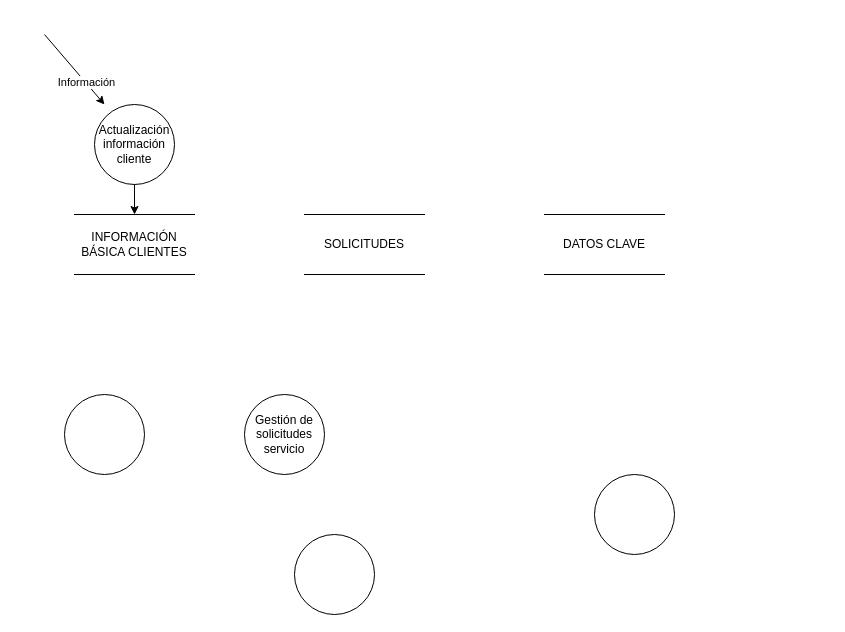
The draw.io diagram IngenieríaDeSoftware/Práctica 2 Actividad 2/DFD Nivel 1.drawio in aloantony/TrabajosEnGrupoGII-DalilaTony, before the edit. Source tidied: cells renumbered, new cells numbered last; positions are measured from the earlier drawing's top-left corner, leaving out a move shared by most shapes. Both pictures are drawn from the tidied source at 100%, with x=0, y=0 at pixel (44, 34).
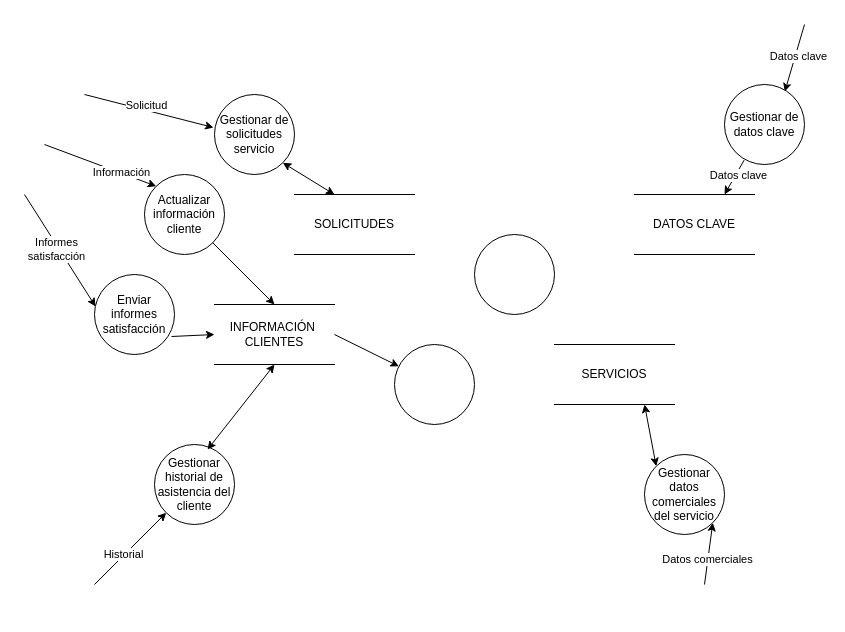
The same diagram, later.

Diff of the diagram source:
```diff
@@
-    <mxCell id="2" value="Gestión de solicitudes servicio" style="ellipse;whiteSpace=wrap;html=1;" parent="1" vertex="1">
-      <mxGeometry x="200" y="360" width="80" height="80" as="geometry" />
-    </mxCell>
-    <mxCell id="3" value="Actualización información cliente" style="ellipse;whiteSpace=wrap;html=1;" parent="1" vertex="1">
-      <mxGeometry x="50" y="70" width="80" height="80" as="geometry" />
+    <mxCell id="3" value="Actualizar información cliente" style="ellipse;whiteSpace=wrap;html=1;" parent="1" vertex="1">
+      <mxGeometry x="100" y="140" width="80" height="80" as="geometry" />
     </mxCell>
-    <mxCell id="4" style="ellipse;whiteSpace=wrap;html=1;" parent="1" vertex="1">
-      <mxGeometry x="550" y="440" width="80" height="80" as="geometry" />
+    <mxCell id="4" value="&lt;div&gt;Gestionar datos comerciales del servicio&lt;br&gt;&lt;/div&gt;" style="ellipse;whiteSpace=wrap;html=1;" parent="1" vertex="1">
+      <mxGeometry x="600" y="420" width="80" height="80" as="geometry" />
     </mxCell>
-    <mxCell id="5" style="ellipse;whiteSpace=wrap;html=1;" parent="1" vertex="1">
-      <mxGeometry x="250" y="500" width="80" height="80" as="geometry" />
+    <mxCell id="5" value="Gestionar de solicitudes servicio" style="ellipse;whiteSpace=wrap;html=1;" parent="1" vertex="1">
+      <mxGeometry x="170" y="60" width="80" height="80" as="geometry" />
     </mxCell>
-    <mxCell id="6" style="ellipse;whiteSpace=wrap;html=1;" parent="1" vertex="1">
-      <mxGeometry x="20" y="360" width="80" height="80" as="geometry" />
+    <mxCell id="6" value="&lt;div&gt;Enviar informes&lt;/div&gt;&lt;div&gt;satisfacción&lt;br&gt;&lt;/div&gt;" style="ellipse;whiteSpace=wrap;html=1;" parent="1" vertex="1">
+      <mxGeometry x="50" y="240" width="80" height="80" as="geometry" />
     </mxCell>
     <mxCell id="7" value="DATOS CLAVE" style="shape=partialRectangle;whiteSpace=wrap;html=1;left=0;right=0;fillColor=none;" parent="1" vertex="1">
-      <mxGeometry x="500" y="180" width="120" height="60" as="geometry" />
+      <mxGeometry x="590" y="160" width="120" height="60" as="geometry" />
     </mxCell>
-    <mxCell id="8" value="INFORMACIÓN BÁSICA CLIENTES" style="shape=partialRectangle;whiteSpace=wrap;html=1;left=0;right=0;fillColor=none;" parent="1" vertex="1">
-      <mxGeometry x="30" y="180" width="120" height="60" as="geometry" />
+    <mxCell id="8" value="INFORMACIÓN&amp;nbsp; CLIENTES" style="shape=partialRectangle;whiteSpace=wrap;html=1;left=0;right=0;fillColor=none;" parent="1" vertex="1">
+      <mxGeometry x="170" y="270" width="120" height="60" as="geometry" />
     </mxCell>
     <mxCell id="9" value="SOLICITUDES" style="shape=partialRectangle;whiteSpace=wrap;html=1;left=0;right=0;fillColor=none;" parent="1" vertex="1">
-      <mxGeometry x="260" y="180" width="120" height="60" as="geometry" />
+      <mxGeometry x="250" y="160" width="120" height="60" as="geometry" />
     </mxCell>
-    <mxCell id="10" style="endArrow=classic;html=1;rounded=0;entryX=0.25;entryY=0;entryDx=0;entryDy=0;" parent="1" edge="1">
+    <mxCell id="10" style="endArrow=classic;html=1;rounded=0;entryX=0;entryY=0;entryDx=0;entryDy=0;" parent="1" edge="1" target="3">
       <mxGeometry relative="1" as="geometry">
-        <mxPoint as="sourcePoint" />
-        <mxPoint x="60" y="70" as="targetPoint" />
+        <mxPoint y="110" as="sourcePoint" />
       </mxGeometry>
     </mxCell>
@@
-    <mxCell id="12" style="endArrow=classic;html=1;rounded=0;exitX=0.5;exitY=1;exitDx=0;exitDy=0;entryX=0.5;entryY=0;entryDx=0;entryDy=0;" parent="1" edge="1" source="3" target="8">
+    <mxCell id="12" style="endArrow=classic;html=1;rounded=0;exitX=1;exitY=1;exitDx=0;exitDy=0;entryX=0.5;entryY=0;entryDx=0;entryDy=0;" parent="1" edge="1" source="3" target="8">
       <mxGeometry relative="1" as="geometry" />
     </mxCell>
+    <mxCell id="13" style="endArrow=classic;html=1;rounded=0;entryX=-0.012;entryY=0.413;entryDx=0;entryDy=0;entryPerimeter=0;" parent="1" edge="1" target="5">
+      <mxGeometry relative="1" as="geometry">
+        <mxPoint x="40" y="60" as="sourcePoint" />
+      </mxGeometry>
+    </mxCell>
+    <mxCell id="14" value="Solicitud" style="edgeLabel;html=1;align=center;verticalAlign=middle;" parent="13" vertex="1">
+      <mxGeometry x="0.36" y="1" relative="1" as="geometry">
+        <mxPoint x="-27" y="-11" as="offset" />
+      </mxGeometry>
+    </mxCell>
+    <mxCell id="15" value="SERVICIOS" style="shape=partialRectangle;whiteSpace=wrap;html=1;left=0;right=0;fillColor=none;" parent="1" vertex="1">
+      <mxGeometry x="510" y="310" width="120" height="60" as="geometry" />
+    </mxCell>
+    <mxCell id="16" style="endArrow=classic;startArrow=classic;html=1;rounded=0;exitX=0.333;exitY=0;exitDx=0;exitDy=0;exitPerimeter=0;entryX=1;entryY=1;entryDx=0;entryDy=0;" parent="1" edge="1" source="9" target="5">
+      <mxGeometry relative="1" as="geometry" />
+    </mxCell>
+    <mxCell id="17" style="endArrow=classic;html=1;rounded=0;exitX=0.963;exitY=0.775;exitDx=0;exitDy=0;entryX=0;entryY=0.5;entryDx=0;entryDy=0;exitPerimeter=0;" parent="1" edge="1" source="6" target="8">
+      <mxGeometry relative="1" as="geometry" />
+    </mxCell>
+    <mxCell id="18" style="endArrow=classic;html=1;rounded=0;entryX=0.013;entryY=0.4;entryDx=0;entryDy=0;entryPerimeter=0;" parent="1" edge="1" target="6">
+      <mxGeometry relative="1" as="geometry">
+        <mxPoint x="-20" y="160" as="sourcePoint" />
+      </mxGeometry>
+    </mxCell>
+    <mxCell id="19" value="&lt;div&gt;Informes&lt;/div&gt;&lt;div&gt;satisfacción&lt;br&gt;&lt;/div&gt;" style="edgeLabel;html=1;align=center;verticalAlign=middle;" parent="18" vertex="1">
+      <mxGeometry x="-0.05" y="-3" relative="1" as="geometry" />
+    </mxCell>
+    <mxCell id="20" style="endArrow=classic;html=1;rounded=0;entryX=0.754;entryY=0.088;entryDx=0;entryDy=0;entryPerimeter=0;" parent="1" edge="1" target="22">
+      <mxGeometry relative="1" as="geometry">
+        <mxPoint x="760" y="-10" as="sourcePoint" />
+      </mxGeometry>
+    </mxCell>
+    <mxCell id="21" value="Datos clave" style="edgeLabel;html=1;align=center;verticalAlign=middle;" parent="20" vertex="1">
+      <mxGeometry x="-0.02" y="-2" relative="1" as="geometry">
+        <mxPoint x="5" y="-1" as="offset" />
+      </mxGeometry>
+    </mxCell>
+    <mxCell id="22" value="Gestionar de datos clave" style="ellipse;whiteSpace=wrap;html=1;" parent="1" vertex="1">
+      <mxGeometry x="680" y="50" width="80" height="80" as="geometry" />
+    </mxCell>
+    <mxCell id="23" value="Gestionar historial de asistencia del cliente" style="ellipse;whiteSpace=wrap;html=1;" parent="1" vertex="1">
+      <mxGeometry x="110" y="410" width="80" height="80" as="geometry" />
+    </mxCell>
+    <mxCell id="24" style="endArrow=classic;startArrow=classic;html=1;rounded=0;entryX=0.5;entryY=1;entryDx=0;entryDy=0;exitX=0.663;exitY=0.063;exitDx=0;exitDy=0;exitPerimeter=0;" parent="1" edge="1" source="23" target="8">
+      <mxGeometry relative="1" as="geometry" />
+    </mxCell>
+    <mxCell id="25" style="endArrow=classic;html=1;rounded=0;entryX=0;entryY=1;entryDx=0;entryDy=0;" parent="1" edge="1" target="23">
+      <mxGeometry relative="1" as="geometry">
+        <mxPoint x="50" y="550" as="sourcePoint" />
+      </mxGeometry>
+    </mxCell>
+    <mxCell id="26" value="Historial" style="edgeLabel;html=1;align=center;verticalAlign=middle;" parent="25" vertex="1">
+      <mxGeometry x="-0.17" y="1" relative="1" as="geometry" />
+    </mxCell>
+    <mxCell id="27" style="endArrow=classic;startArrow=classic;html=1;rounded=0;entryX=0.75;entryY=1;entryDx=0;entryDy=0;exitX=0;exitY=0;exitDx=0;exitDy=0;" parent="1" edge="1" source="4" target="15">
+      <mxGeometry relative="1" as="geometry" />
+    </mxCell>
+    <mxCell id="28" style="endArrow=classic;html=1;rounded=0;entryX=1;entryY=1;entryDx=0;entryDy=0;" parent="1" edge="1" target="4">
+      <mxGeometry relative="1" as="geometry">
+        <mxPoint x="660" y="550" as="sourcePoint" />
+      </mxGeometry>
+    </mxCell>
+    <mxCell id="29" value="Datos comerciales" style="edgeLabel;html=1;align=center;verticalAlign=middle;" parent="28" vertex="1">
+      <mxGeometry x="-0.17" y="1" relative="1" as="geometry" />
+    </mxCell>
+    <mxCell id="30" style="ellipse;whiteSpace=wrap;html=1;" parent="1" vertex="1">
+      <mxGeometry x="430" y="200" width="80" height="80" as="geometry" />
+    </mxCell>
+    <mxCell id="31" style="ellipse;whiteSpace=wrap;html=1;" parent="1" vertex="1">
+      <mxGeometry x="350" y="310" width="80" height="80" as="geometry" />
+    </mxCell>
+    <mxCell id="32" style="endArrow=classic;html=1;rounded=0;entryX=0.75;entryY=0;entryDx=0;entryDy=0;exitX=0.246;exitY=0.945;exitDx=0;exitDy=0;exitPerimeter=0;" parent="1" edge="1" source="22" target="7">
+      <mxGeometry relative="1" as="geometry" />
+    </mxCell>
+    <mxCell id="33" value="Datos clave" style="edgeLabel;html=1;align=center;verticalAlign=middle;" parent="32" vertex="1">
+      <mxGeometry x="-0.02" y="-2" relative="1" as="geometry">
+        <mxPoint x="5" y="-1" as="offset" />
+      </mxGeometry>
+    </mxCell>
+    <mxCell id="34" style="endArrow=classic;html=1;rounded=0;entryX=0.055;entryY=0.273;entryDx=0;entryDy=0;exitX=1;exitY=0.5;exitDx=0;exitDy=0;entryPerimeter=0;" parent="1" edge="1" source="8" target="31">
+      <mxGeometry relative="1" as="geometry" />
+    </mxCell>
```
